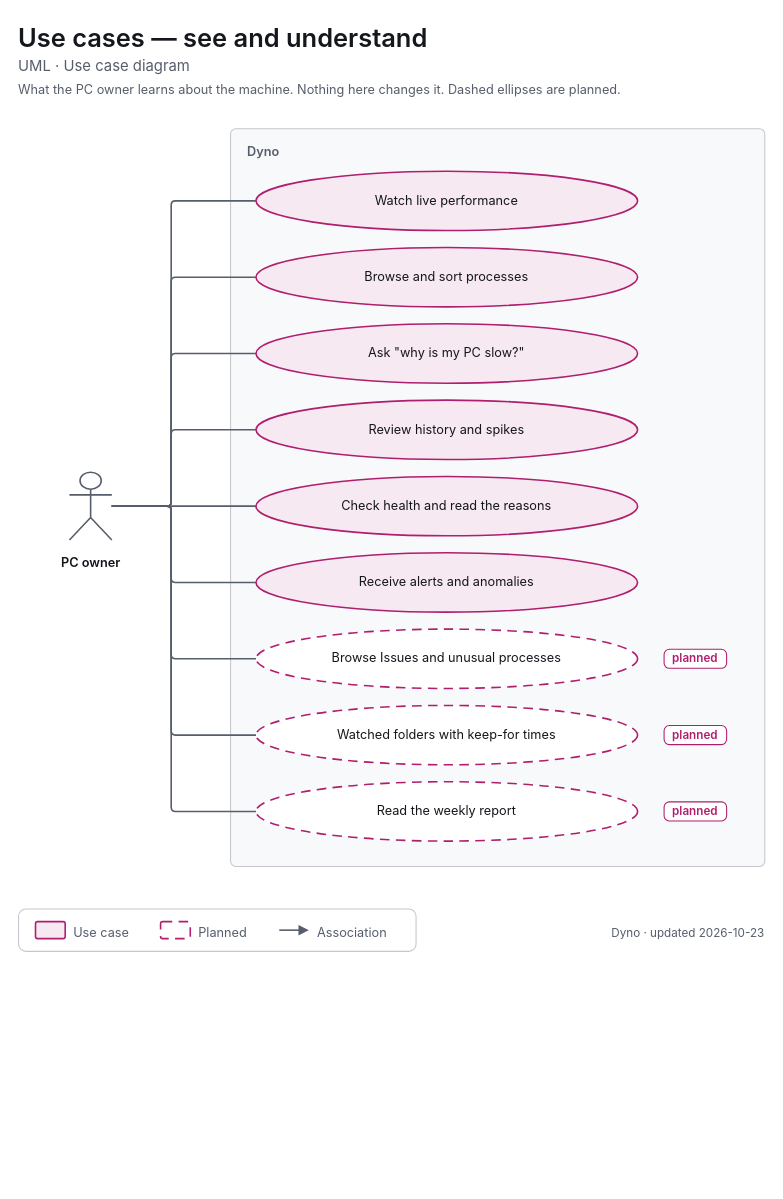
Before: apps/dyno/diagrams/uml-use-cases-observe.drawio in decryp7/paddock, a draw.io diagram. Source tidied: cells renumbered, new cells numbered last; positions are measured from the earlier drawing's top-left corner, leaving out a move shared by most shapes. Both pictures are drawn from the tidied source at 106%, with x=0, y=0 at pixel (18, 18).
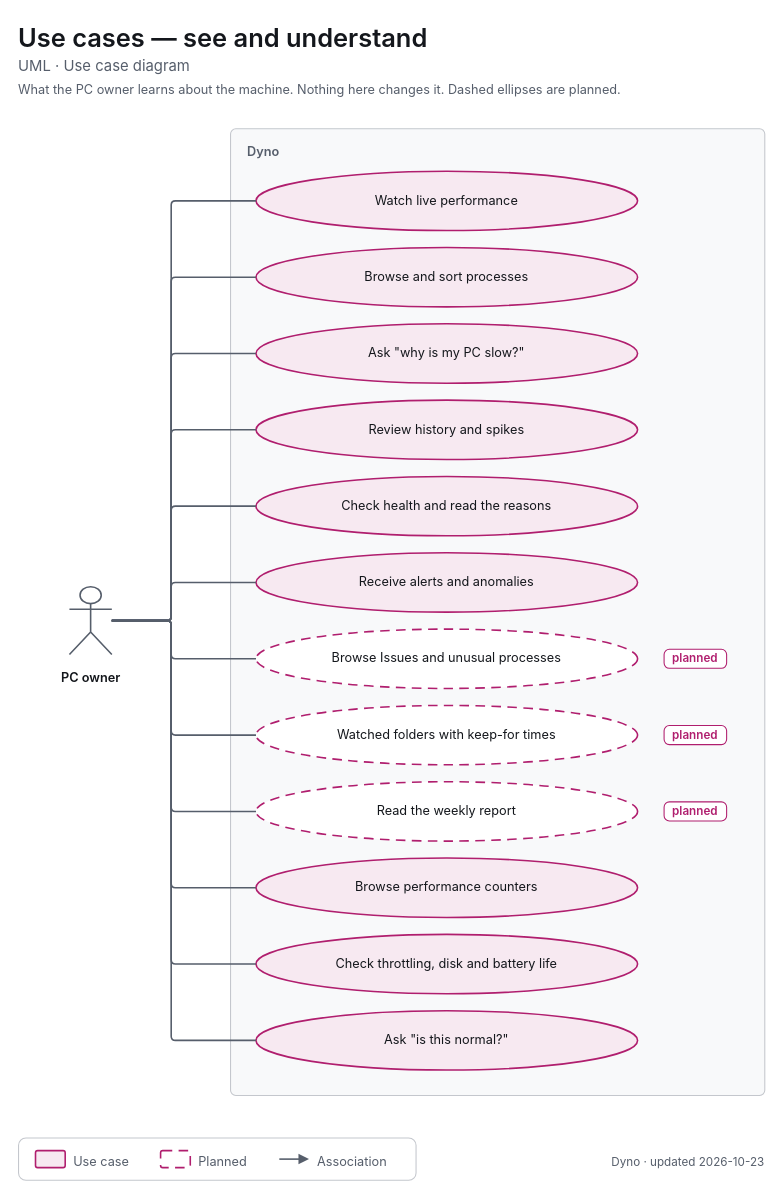
The same diagram, later.

Unchanged cells that the change refers to:
```xml
<mxCell id="6" value="&lt;span style=&quot;font-size:12px&quot;&gt;Watch live performance&lt;/span&gt;" style="html=1;whiteSpace=wrap;fontFamily=-apple-system,BlinkMacSystemFont,Segoe UI,system-ui,sans-serif;fontSize=12;fontColor=light-dark(#14171C,#ECEEF1);ellipse;strokeWidth=1.5;strokeColor=light-dark(#B01E6E,#F063A8);fillColor=light-dark(#F7E9F1,#382332);align=center;verticalAlign=middle;spacingLeft=28;spacingRight=28;" parent="1" vertex="1">
  <mxGeometry x="224" y="144" width="360" height="56" as="geometry" />
</mxCell>
<mxCell id="7" value="&lt;span style=&quot;font-size:12px&quot;&gt;Browse and sort processes&lt;/span&gt;" style="html=1;whiteSpace=wrap;fontFamily=-apple-system,BlinkMacSystemFont,Segoe UI,system-ui,sans-serif;fontSize=12;fontColor=light-dark(#14171C,#ECEEF1);ellipse;strokeWidth=1.5;strokeColor=light-dark(#B01E6E,#F063A8);fillColor=light-dark(#F7E9F1,#382332);align=center;verticalAlign=middle;spacingLeft=28;spacingRight=28;" parent="1" vertex="1">
  <mxGeometry x="224" y="216" width="360" height="56" as="geometry" />
</mxCell>
<mxCell id="8" value="&lt;span style=&quot;font-size:12px&quot;&gt;Ask &amp;quot;why is my PC slow?&amp;quot;&lt;/span&gt;" style="html=1;whiteSpace=wrap;fontFamily=-apple-system,BlinkMacSystemFont,Segoe UI,system-ui,sans-serif;fontSize=12;fontColor=light-dark(#14171C,#ECEEF1);ellipse;strokeWidth=1.5;strokeColor=light-dark(#B01E6E,#F063A8);fillColor=light-dark(#F7E9F1,#382332);align=center;verticalAlign=middle;spacingLeft=28;spacingRight=28;" parent="1" vertex="1">
  <mxGeometry x="224" y="288" width="360" height="56" as="geometry" />
</mxCell>
<mxCell id="9" value="&lt;span style=&quot;font-size:12px&quot;&gt;Review history and spikes&lt;/span&gt;" style="html=1;whiteSpace=wrap;fontFamily=-apple-system,BlinkMacSystemFont,Segoe UI,system-ui,sans-serif;fontSize=12;fontColor=light-dark(#14171C,#ECEEF1);ellipse;strokeWidth=1.5;strokeColor=light-dark(#B01E6E,#F063A8);fillColor=light-dark(#F7E9F1,#382332);align=center;verticalAlign=middle;spacingLeft=28;spacingRight=28;" parent="1" vertex="1">
  <mxGeometry x="224" y="360" width="360" height="56" as="geometry" />
</mxCell>
<mxCell id="10" value="&lt;span style=&quot;font-size:12px&quot;&gt;Check health and read the reasons&lt;/span&gt;" style="html=1;whiteSpace=wrap;fontFamily=-apple-system,BlinkMacSystemFont,Segoe UI,system-ui,sans-serif;fontSize=12;fontColor=light-dark(#14171C,#ECEEF1);ellipse;strokeWidth=1.5;strokeColor=light-dark(#B01E6E,#F063A8);fillColor=light-dark(#F7E9F1,#382332);align=center;verticalAlign=middle;spacingLeft=28;spacingRight=28;" parent="1" vertex="1">
  <mxGeometry x="224" y="432" width="360" height="56" as="geometry" />
</mxCell>
<mxCell id="11" value="&lt;span style=&quot;font-size:12px&quot;&gt;Receive alerts and anomalies&lt;/span&gt;" style="html=1;whiteSpace=wrap;fontFamily=-apple-system,BlinkMacSystemFont,Segoe UI,system-ui,sans-serif;fontSize=12;fontColor=light-dark(#14171C,#ECEEF1);ellipse;strokeWidth=1.5;strokeColor=light-dark(#B01E6E,#F063A8);fillColor=light-dark(#F7E9F1,#382332);align=center;verticalAlign=middle;spacingLeft=28;spacingRight=28;" parent="1" vertex="1">
  <mxGeometry x="224" y="504" width="360" height="56" as="geometry" />
</mxCell>
<mxCell id="12" value="&lt;span style=&quot;font-size:12px&quot;&gt;Browse Issues and unusual processes&lt;/span&gt;" style="html=1;whiteSpace=wrap;fontFamily=-apple-system,BlinkMacSystemFont,Segoe UI,system-ui,sans-serif;fontSize=12;fontColor=light-dark(#14171C,#ECEEF1);ellipse;strokeWidth=1.5;strokeColor=light-dark(#B01E6E,#F063A8);fillColor=light-dark(#FFFFFF,#15171B);dashed=1;dashPattern=6 4;align=center;verticalAlign=middle;spacingLeft=28;spacingRight=28;" parent="1" vertex="1">
  <mxGeometry x="224" y="576" width="360" height="56" as="geometry" />
</mxCell>
<mxCell id="14" value="&lt;span style=&quot;font-size:12px&quot;&gt;Watched folders with keep-for times&lt;/span&gt;" style="html=1;whiteSpace=wrap;fontFamily=-apple-system,BlinkMacSystemFont,Segoe UI,system-ui,sans-serif;fontSize=12;fontColor=light-dark(#14171C,#ECEEF1);ellipse;strokeWidth=1.5;strokeColor=light-dark(#B01E6E,#F063A8);fillColor=light-dark(#FFFFFF,#15171B);dashed=1;dashPattern=6 4;align=center;verticalAlign=middle;spacingLeft=28;spacingRight=28;" parent="1" vertex="1">
  <mxGeometry x="224" y="648" width="360" height="56" as="geometry" />
</mxCell>
<mxCell id="16" value="&lt;span style=&quot;font-size:12px&quot;&gt;Read the weekly report&lt;/span&gt;" style="html=1;whiteSpace=wrap;fontFamily=-apple-system,BlinkMacSystemFont,Segoe UI,system-ui,sans-serif;fontSize=12;fontColor=light-dark(#14171C,#ECEEF1);ellipse;strokeWidth=1.5;strokeColor=light-dark(#B01E6E,#F063A8);fillColor=light-dark(#FFFFFF,#15171B);dashed=1;dashPattern=6 4;align=center;verticalAlign=middle;spacingLeft=28;spacingRight=28;" parent="1" vertex="1">
  <mxGeometry x="224" y="720" width="360" height="56" as="geometry" />
</mxCell>
```

The edit, as a diff of the source:
```diff
@@
     <mxCell id="5" value="&lt;span style=&quot;font-size:12px;font-weight:600&quot;&gt;Dyno&lt;/span&gt;" style="html=1;whiteSpace=wrap;fontFamily=-apple-system,BlinkMacSystemFont,Segoe UI,system-ui,sans-serif;fontSize=12;fontColor=light-dark(#14171C,#ECEEF1);rounded=1;absoluteArcSize=1;arcSize=10;strokeWidth=1;strokeColor=light-dark(#C4C7CD,#353A42);fillColor=light-dark(#F8F9FA,#121418);align=left;verticalAlign=top;spacingLeft=14;spacingTop=8;fontColor=light-dark(#565E6B,#A0A7B2);" parent="1" vertex="1">
-      <mxGeometry x="200" y="104" width="504" height="696" as="geometry" />
+      <mxGeometry x="200" y="104" width="504" height="912" as="geometry" />
     </mxCell>
@@
+    <mxCell id="36" value="&lt;span style=&quot;font-size:12px&quot;&gt;Browse performance counters&lt;/span&gt;" style="html=1;whiteSpace=wrap;fontFamily=-apple-system,BlinkMacSystemFont,Segoe UI,system-ui,sans-serif;fontSize=12;fontColor=light-dark(#14171C,#ECEEF1);ellipse;strokeWidth=1.5;strokeColor=light-dark(#B01E6E,#F063A8);fillColor=light-dark(#F7E9F1,#382332);align=center;verticalAlign=middle;spacingLeft=28;spacingRight=28;" parent="1" vertex="1">
+      <mxGeometry x="224" y="792" width="360" height="56" as="geometry" />
+    </mxCell>
+    <mxCell id="37" value="&lt;span style=&quot;font-size:12px&quot;&gt;Check throttling, disk and battery life&lt;/span&gt;" style="html=1;whiteSpace=wrap;fontFamily=-apple-system,BlinkMacSystemFont,Segoe UI,system-ui,sans-serif;fontSize=12;fontColor=light-dark(#14171C,#ECEEF1);ellipse;strokeWidth=1.5;strokeColor=light-dark(#B01E6E,#F063A8);fillColor=light-dark(#F7E9F1,#382332);align=center;verticalAlign=middle;spacingLeft=28;spacingRight=28;" parent="1" vertex="1">
+      <mxGeometry x="224" y="864" width="360" height="56" as="geometry" />
+    </mxCell>
+    <mxCell id="38" value="&lt;span style=&quot;font-size:12px&quot;&gt;Ask &amp;quot;is this normal?&amp;quot;&lt;/span&gt;" style="html=1;whiteSpace=wrap;fontFamily=-apple-system,BlinkMacSystemFont,Segoe UI,system-ui,sans-serif;fontSize=12;fontColor=light-dark(#14171C,#ECEEF1);ellipse;strokeWidth=1.5;strokeColor=light-dark(#B01E6E,#F063A8);fillColor=light-dark(#F7E9F1,#382332);align=center;verticalAlign=middle;spacingLeft=28;spacingRight=28;" parent="1" vertex="1">
+      <mxGeometry x="224" y="936" width="360" height="56" as="geometry" />
+    </mxCell>
     <mxCell id="18" value="&lt;span style=&quot;font-size:12px;font-weight:600&quot;&gt;PC owner&lt;/span&gt;" style="html=1;whiteSpace=wrap;fontFamily=-apple-system,BlinkMacSystemFont,Segoe UI,system-ui,sans-serif;fontSize=12;fontColor=light-dark(#14171C,#ECEEF1);shape=umlActor;verticalLabelPosition=bottom;verticalAlign=top;spacingTop=8;strokeWidth=1.5;strokeColor=light-dark(#565E6B,#A0A7B2);fillColor=none;whiteSpace=nowrap;" parent="1" vertex="1">
-      <mxGeometry x="48" y="428" width="40" height="64" as="geometry" />
+      <mxGeometry x="48" y="536" width="40" height="64" as="geometry" />
     </mxCell>
     <mxCell id="19" style="edgeStyle=orthogonalEdgeStyle;rounded=1;arcSize=8;jettySize=auto;html=1;strokeWidth=1.5;strokeColor=light-dark(#565E6B,#A0A7B2);endArrow=none;endFill=0;endSize=6;startArrow=none;startFill=0;startSize=8;exitX=1.0000;exitY=0.5000;exitDx=0;exitDy=0;exitPerimeter=0;entryX=0.0000;entryY=0.5000;entryDx=0;entryDy=0;entryPerimeter=0;" parent="1" edge="1" source="18" target="6">
       <mxGeometry relative="1" as="geometry">
         <Array as="points">
-          <mxPoint x="144" y="460" />
+          <mxPoint x="144" y="568" />
           <mxPoint x="144" y="172" />
         </Array>
       </mxGeometry>
     </mxCell>
     <mxCell id="20" style="edgeStyle=orthogonalEdgeStyle;rounded=1;arcSize=8;jettySize=auto;html=1;strokeWidth=1.5;strokeColor=light-dark(#565E6B,#A0A7B2);endArrow=none;endFill=0;endSize=6;startArrow=none;startFill=0;startSize=8;exitX=1.0000;exitY=0.5000;exitDx=0;exitDy=0;exitPerimeter=0;entryX=0.0000;entryY=0.5000;entryDx=0;entryDy=0;entryPerimeter=0;" parent="1" edge="1" source="18" target="7">
       <mxGeometry relative="1" as="geometry">
         <Array as="points">
-          <mxPoint x="144" y="460" />
+          <mxPoint x="144" y="568" />
           <mxPoint x="144" y="244" />
         </Array>
       </mxGeometry>
     </mxCell>
     <mxCell id="21" style="edgeStyle=orthogonalEdgeStyle;rounded=1;arcSize=8;jettySize=auto;html=1;strokeWidth=1.5;strokeColor=light-dark(#565E6B,#A0A7B2);endArrow=none;endFill=0;endSize=6;startArrow=none;startFill=0;startSize=8;exitX=1.0000;exitY=0.5000;exitDx=0;exitDy=0;exitPerimeter=0;entryX=0.0000;entryY=0.5000;entryDx=0;entryDy=0;entryPerimeter=0;" parent="1" edge="1" source="18" target="8">
       <mxGeometry relative="1" as="geometry">
         <Array as="points">
-          <mxPoint x="144" y="460" />
+          <mxPoint x="144" y="568" />
           <mxPoint x="144" y="316" />
         </Array>
       </mxGeometry>
     </mxCell>
     <mxCell id="22" style="edgeStyle=orthogonalEdgeStyle;rounded=1;arcSize=8;jettySize=auto;html=1;strokeWidth=1.5;strokeColor=light-dark(#565E6B,#A0A7B2);endArrow=none;endFill=0;endSize=6;startArrow=none;startFill=0;startSize=8;exitX=1.0000;exitY=0.5000;exitDx=0;exitDy=0;exitPerimeter=0;entryX=0.0000;entryY=0.5000;entryDx=0;entryDy=0;entryPerimeter=0;" parent="1" edge="1" source="18" target="9">
       <mxGeometry relative="1" as="geometry">
         <Array as="points">
-          <mxPoint x="144" y="460" />
+          <mxPoint x="144" y="568" />
           <mxPoint x="144" y="388" />
         </Array>
       </mxGeometry>
     </mxCell>
     <mxCell id="23" style="edgeStyle=orthogonalEdgeStyle;rounded=1;arcSize=8;jettySize=auto;html=1;strokeWidth=1.5;strokeColor=light-dark(#565E6B,#A0A7B2);endArrow=none;endFill=0;endSize=6;startArrow=none;startFill=0;startSize=8;exitX=1.0000;exitY=0.5000;exitDx=0;exitDy=0;exitPerimeter=0;entryX=0.0000;entryY=0.5000;entryDx=0;entryDy=0;entryPerimeter=0;" parent="1" edge="1" source="18" target="10">
-      <mxGeometry relative="1" as="geometry" />
+      <mxGeometry relative="1" as="geometry">
+        <Array as="points">
+          <mxPoint x="144" y="568" />
+          <mxPoint x="144" y="460" />
+        </Array>
+      </mxGeometry>
     </mxCell>
     <mxCell id="24" style="edgeStyle=orthogonalEdgeStyle;rounded=1;arcSize=8;jettySize=auto;html=1;strokeWidth=1.5;strokeColor=light-dark(#565E6B,#A0A7B2);endArrow=none;endFill=0;endSize=6;startArrow=none;startFill=0;startSize=8;exitX=1.0000;exitY=0.5000;exitDx=0;exitDy=0;exitPerimeter=0;entryX=0.0000;entryY=0.5000;entryDx=0;entryDy=0;entryPerimeter=0;" parent="1" edge="1" source="18" target="11">
       <mxGeometry relative="1" as="geometry">
         <Array as="points">
-          <mxPoint x="144" y="460" />
+          <mxPoint x="144" y="568" />
           <mxPoint x="144" y="532" />
         </Array>
       </mxGeometry>
     </mxCell>
     <mxCell id="25" style="edgeStyle=orthogonalEdgeStyle;rounded=1;arcSize=8;jettySize=auto;html=1;strokeWidth=1.5;strokeColor=light-dark(#565E6B,#A0A7B2);endArrow=none;endFill=0;endSize=6;startArrow=none;startFill=0;startSize=8;exitX=1.0000;exitY=0.5000;exitDx=0;exitDy=0;exitPerimeter=0;entryX=0.0000;entryY=0.5000;entryDx=0;entryDy=0;entryPerimeter=0;" parent="1" edge="1" source="18" target="12">
       <mxGeometry relative="1" as="geometry">
         <Array as="points">
-          <mxPoint x="144" y="460" />
+          <mxPoint x="144" y="568" />
           <mxPoint x="144" y="604" />
         </Array>
       </mxGeometry>
     </mxCell>
     <mxCell id="26" style="edgeStyle=orthogonalEdgeStyle;rounded=1;arcSize=8;jettySize=auto;html=1;strokeWidth=1.5;strokeColor=light-dark(#565E6B,#A0A7B2);endArrow=none;endFill=0;endSize=6;startArrow=none;startFill=0;startSize=8;exitX=1.0000;exitY=0.5000;exitDx=0;exitDy=0;exitPerimeter=0;entryX=0.0000;entryY=0.5000;entryDx=0;entryDy=0;entryPerimeter=0;" parent="1" edge="1" source="18" target="14">
       <mxGeometry relative="1" as="geometry">
         <Array as="points">
-          <mxPoint x="144" y="460" />
+          <mxPoint x="144" y="568" />
           <mxPoint x="144" y="676" />
         </Array>
       </mxGeometry>
     </mxCell>
     <mxCell id="27" style="edgeStyle=orthogonalEdgeStyle;rounded=1;arcSize=8;jettySize=auto;html=1;strokeWidth=1.5;strokeColor=light-dark(#565E6B,#A0A7B2);endArrow=none;endFill=0;endSize=6;startArrow=none;startFill=0;startSize=8;exitX=1.0000;exitY=0.5000;exitDx=0;exitDy=0;exitPerimeter=0;entryX=0.0000;entryY=0.5000;entryDx=0;entryDy=0;entryPerimeter=0;" parent="1" edge="1" source="18" target="16">
       <mxGeometry relative="1" as="geometry">
         <Array as="points">
-          <mxPoint x="144" y="460" />
+          <mxPoint x="144" y="568" />
           <mxPoint x="144" y="748" />
         </Array>
       </mxGeometry>
     </mxCell>
-    <mxCell id="28" style="rounded=1;absoluteArcSize=1;arcSize=14;strokeWidth=1;strokeColor=light-dark(#C4C7CD,#353A42);fillColor=none;" parent="1" vertex="1">
-      <mxGeometry y="840" width="375" height="40" as="geometry" />
-    </mxCell>
-    <mxCell id="29" style="rounded=1;absoluteArcSize=1;arcSize=4;strokeWidth=1.5;strokeColor=light-dark(#B01E6E,#F063A8);fillColor=light-dark(#F7E9F1,#382332);" parent="1" vertex="1">
-      <mxGeometry x="16" y="852" width="28" height="16" as="geometry" />
+    <mxCell id="29" style="edgeStyle=orthogonalEdgeStyle;rounded=1;arcSize=8;jettySize=auto;html=1;strokeWidth=1.5;strokeColor=light-dark(#565E6B,#A0A7B2);endArrow=none;endFill=0;endSize=6;startArrow=none;startFill=0;startSize=8;exitX=1.0000;exitY=0.5000;exitDx=0;exitDy=0;exitPerimeter=0;entryX=0.0000;entryY=0.5000;entryDx=0;entryDy=0;entryPerimeter=0;" parent="1" edge="1" source="18" target="36">
+      <mxGeometry relative="1" as="geometry">
+        <Array as="points">
+          <mxPoint x="144" y="568" />
+          <mxPoint x="144" y="820" />
+        </Array>
+      </mxGeometry>
     </mxCell>
-    <mxCell id="30" value="&lt;span style=&quot;font-size:12px;font-weight:400&quot;&gt;Use case&lt;/span&gt;" style="html=1;whiteSpace=wrap;fontFamily=-apple-system,BlinkMacSystemFont,Segoe UI,system-ui,sans-serif;fontSize=12;fontColor=light-dark(#14171C,#ECEEF1);text;strokeColor=none;fillColor=none;align=left;verticalAlign=top;spacing=0;fontColor=light-dark(#565E6B,#A0A7B2);" parent="1" vertex="1">
-      <mxGeometry x="52" y="851" width="58" height="18" as="geometry" />
+    <mxCell id="30" style="edgeStyle=orthogonalEdgeStyle;rounded=1;arcSize=8;jettySize=auto;html=1;strokeWidth=1.5;strokeColor=light-dark(#565E6B,#A0A7B2);endArrow=none;endFill=0;endSize=6;startArrow=none;startFill=0;startSize=8;exitX=1.0000;exitY=0.5000;exitDx=0;exitDy=0;exitPerimeter=0;entryX=0.0000;entryY=0.5000;entryDx=0;entryDy=0;entryPerimeter=0;" parent="1" edge="1" source="18" target="37">
+      <mxGeometry relative="1" as="geometry">
+        <Array as="points">
+          <mxPoint x="144" y="568" />
+          <mxPoint x="144" y="892" />
+        </Array>
+      </mxGeometry>
     </mxCell>
-    <mxCell id="31" style="rounded=1;absoluteArcSize=1;arcSize=4;strokeWidth=1.5;strokeColor=light-dark(#B01E6E,#F063A8);fillColor=light-dark(#FFFFFF,#15171B);dashed=1;dashPattern=6 4;" parent="1" vertex="1">
-      <mxGeometry x="134" y="852" width="28" height="16" as="geometry" />
+    <mxCell id="31" style="edgeStyle=orthogonalEdgeStyle;rounded=1;arcSize=8;jettySize=auto;html=1;strokeWidth=1.5;strokeColor=light-dark(#565E6B,#A0A7B2);endArrow=none;endFill=0;endSize=6;startArrow=none;startFill=0;startSize=8;exitX=1.0000;exitY=0.5000;exitDx=0;exitDy=0;exitPerimeter=0;entryX=0.0000;entryY=0.5000;entryDx=0;entryDy=0;entryPerimeter=0;" parent="1" edge="1" source="18" target="38">
+      <mxGeometry relative="1" as="geometry">
+        <Array as="points">
+          <mxPoint x="144" y="568" />
+          <mxPoint x="144" y="964" />
+        </Array>
+      </mxGeometry>
     </mxCell>
+    <mxCell id="28" style="rounded=1;absoluteArcSize=1;arcSize=14;strokeWidth=1;strokeColor=light-dark(#C4C7CD,#353A42);fillColor=none;" parent="1" vertex="1">
+      <mxGeometry y="1056" width="375" height="40" as="geometry" />
+    </mxCell>
-    <mxCell id="32" value="&lt;span style=&quot;font-size:12px;font-weight:400&quot;&gt;Planned&lt;/span&gt;" style="html=1;whiteSpace=wrap;fontFamily=-apple-system,BlinkMacSystemFont,Segoe UI,system-ui,sans-serif;fontSize=12;fontColor=light-dark(#14171C,#ECEEF1);text;strokeColor=none;fillColor=none;align=left;verticalAlign=top;spacing=0;fontColor=light-dark(#565E6B,#A0A7B2);" parent="1" vertex="1">
-      <mxGeometry x="170" y="851" width="52" height="18" as="geometry" />
+    <mxCell id="32" style="rounded=1;absoluteArcSize=1;arcSize=4;strokeWidth=1.5;strokeColor=light-dark(#B01E6E,#F063A8);fillColor=light-dark(#F7E9F1,#382332);" parent="1" vertex="1">
+      <mxGeometry x="16" y="1068" width="28" height="16" as="geometry" />
     </mxCell>
-    <mxCell id="33" style="edgeStyle=none;rounded=1;html=1;strokeWidth=1.5;strokeColor=light-dark(#565E6B,#A0A7B2);endArrow=block;endFill=1;endSize=6;" parent="1" edge="1">
-      <mxGeometry relative="1" as="geometry">
-        <mxPoint x="246" y="860" as="sourcePoint" />
-        <mxPoint x="274" y="860" as="targetPoint" />
-      </mxGeometry>
+    <mxCell id="33" value="&lt;span style=&quot;font-size:12px;font-weight:400&quot;&gt;Use case&lt;/span&gt;" style="html=1;whiteSpace=wrap;fontFamily=-apple-system,BlinkMacSystemFont,Segoe UI,system-ui,sans-serif;fontSize=12;fontColor=light-dark(#14171C,#ECEEF1);text;strokeColor=none;fillColor=none;align=left;verticalAlign=top;spacing=0;fontColor=light-dark(#565E6B,#A0A7B2);" parent="1" vertex="1">
+      <mxGeometry x="52" y="1067" width="58" height="18" as="geometry" />
     </mxCell>
-    <mxCell id="34" value="&lt;span style=&quot;font-size:12px;font-weight:400&quot;&gt;Association&lt;/span&gt;" style="html=1;whiteSpace=wrap;fontFamily=-apple-system,BlinkMacSystemFont,Segoe UI,system-ui,sans-serif;fontSize=12;fontColor=light-dark(#14171C,#ECEEF1);text;strokeColor=none;fillColor=none;align=left;verticalAlign=top;spacing=0;fontColor=light-dark(#565E6B,#A0A7B2);" parent="1" vertex="1">
-      <mxGeometry x="282" y="851" width="77" height="18" as="geometry" />
+    <mxCell id="34" style="rounded=1;absoluteArcSize=1;arcSize=4;strokeWidth=1.5;strokeColor=light-dark(#B01E6E,#F063A8);fillColor=light-dark(#FFFFFF,#15171B);dashed=1;dashPattern=6 4;" parent="1" vertex="1">
+      <mxGeometry x="134" y="1068" width="28" height="16" as="geometry" />
     </mxCell>
+    <mxCell id="39" value="&lt;span style=&quot;font-size:12px;font-weight:400&quot;&gt;Planned&lt;/span&gt;" style="html=1;whiteSpace=wrap;fontFamily=-apple-system,BlinkMacSystemFont,Segoe UI,system-ui,sans-serif;fontSize=12;fontColor=light-dark(#14171C,#ECEEF1);text;strokeColor=none;fillColor=none;align=left;verticalAlign=top;spacing=0;fontColor=light-dark(#565E6B,#A0A7B2);" parent="1" vertex="1">
+      <mxGeometry x="170" y="1067" width="52" height="18" as="geometry" />
+    </mxCell>
+    <mxCell id="40" style="edgeStyle=none;rounded=1;html=1;strokeWidth=1.5;strokeColor=light-dark(#565E6B,#A0A7B2);endArrow=block;endFill=1;endSize=6;" parent="1" edge="1">
+      <mxGeometry relative="1" as="geometry">
+        <mxPoint x="246" y="1076" as="sourcePoint" />
+        <mxPoint x="274" y="1076" as="targetPoint" />
+      </mxGeometry>
+    </mxCell>
+    <mxCell id="41" value="&lt;span style=&quot;font-size:12px;font-weight:400&quot;&gt;Association&lt;/span&gt;" style="html=1;whiteSpace=wrap;fontFamily=-apple-system,BlinkMacSystemFont,Segoe UI,system-ui,sans-serif;fontSize=12;fontColor=light-dark(#14171C,#ECEEF1);text;strokeColor=none;fillColor=none;align=left;verticalAlign=top;spacing=0;fontColor=light-dark(#565E6B,#A0A7B2);" parent="1" vertex="1">
+      <mxGeometry x="282" y="1067" width="77" height="18" as="geometry" />
+    </mxCell>
     <mxCell id="35" value="&lt;span style=&quot;font-size:11px;font-weight:400&quot;&gt;Dyno · updated 2026-10-23&lt;/span&gt;" style="html=1;whiteSpace=wrap;fontFamily=-apple-system,BlinkMacSystemFont,Segoe UI,system-ui,sans-serif;fontSize=12;fontColor=light-dark(#14171C,#ECEEF1);text;strokeColor=none;fillColor=none;align=right;verticalAlign=top;spacing=0;fontColor=light-dark(#565E6B,#A0A7B2);" parent="1" vertex="1">
-      <mxGeometry x="344" y="851" width="360" height="18" as="geometry" />
+      <mxGeometry x="344" y="1067" width="360" height="18" as="geometry" />
     </mxCell>
```
